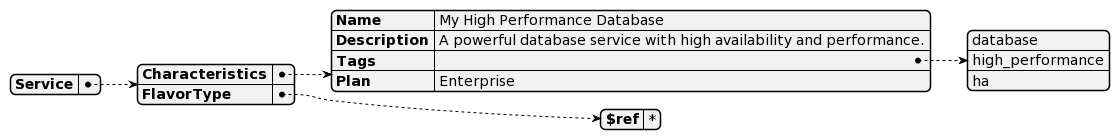
The PlantUML diagram models/examples/img/flavor-types/service.png in SteGala/REAR-data-models, before a commit.
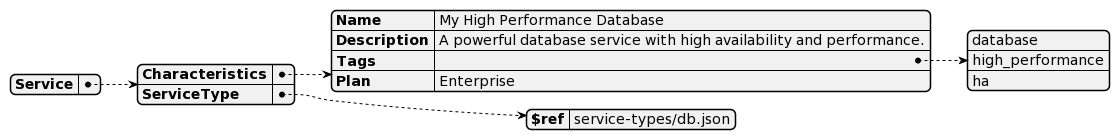
After the commit.

What changed in the source:
```diff
@@ -1,15 +1,15 @@
 @startjson
 {
-  "Service": {
-    "Characteristics": {
-      "Name": "My High Performance Database",
-      "Description": "A powerful database service with high availability and performance.",
-      "Tags": ["database", "high_performance", "ha"],
-      "Plan": "Enterprise"
-    },
-    "FlavorType": {
-      "$ref": "*"
+    "Service": {
+      "Characteristics": {
+        "Name": "My High Performance Database",
+        "Description": "A powerful database service with high availability and performance.",
+        "Tags": ["database", "high_performance", "ha"],
+        "Plan": "Enterprise"
+      },
+      "ServiceType": {
+        "$ref": "service-types/db.json"
+      }
     }
   }
-}
 @endjson
```
